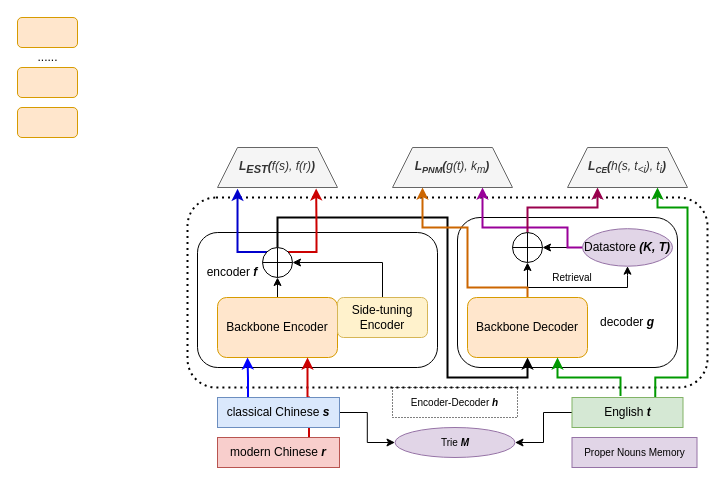
This is fo.drawio from lidh15/Words, a draw.io file, before an edit. Source tidied: cells renumbered, new cells numbered last; positions are measured from the earlier drawing's top-left corner, leaving out a move shared by most shapes. Both pictures are drawn from the tidied source at 100%, with x=0, y=0 at pixel (17, 17).
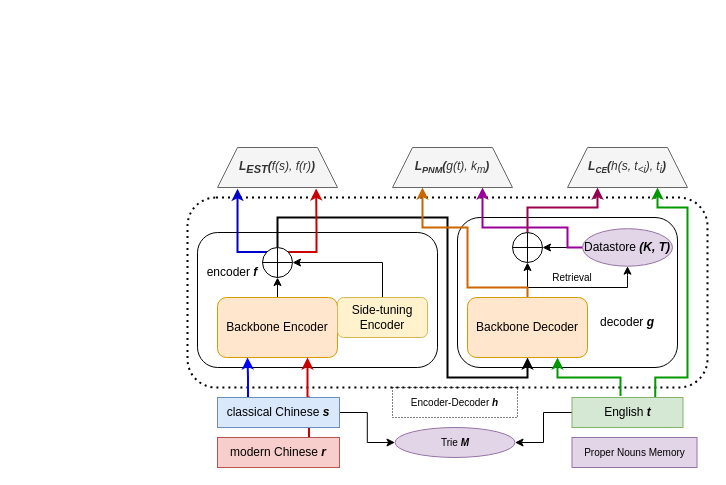
The same diagram, later.

What changed in the source:
```diff
@@
-    <mxCell id="4" style="rounded=1;whiteSpace=wrap;html=1;fillColor=#ffe6cc;strokeColor=#d79b00;" parent="1" vertex="1">
-      <mxGeometry y="50" width="60" height="30" as="geometry" />
-    </mxCell>
-    <mxCell id="5" style="rounded=1;whiteSpace=wrap;html=1;fillColor=#ffe6cc;strokeColor=#d79b00;" parent="1" vertex="1">
-      <mxGeometry width="60" height="30" as="geometry" />
-    </mxCell>
-    <mxCell id="6" style="rounded=1;whiteSpace=wrap;html=1;fillColor=#ffe6cc;strokeColor=#d79b00;" parent="1" vertex="1">
-      <mxGeometry y="90" width="60" height="30" as="geometry" />
-    </mxCell>
-    <mxCell id="7" value="......" style="text;html=1;align=center;verticalAlign=middle;strokeColor=none;fillColor=none;" parent="1" vertex="1">
-      <mxGeometry x="10" y="25" width="40" height="30" as="geometry" />
-    </mxCell>
```
